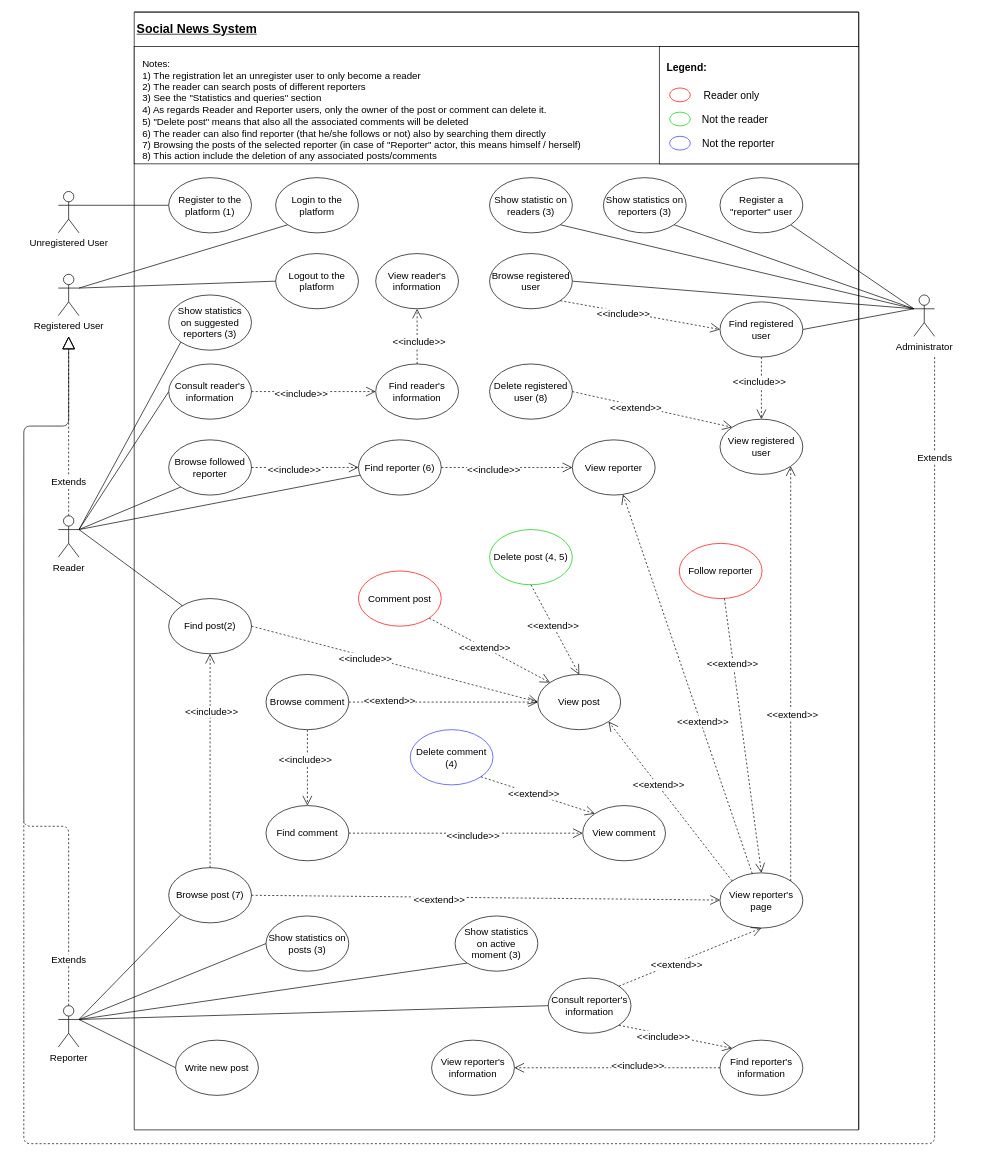
Before: Docs/UML Use case.drawio in MatteBiondi/LSMSD_SocialNews, a draw.io diagram. Source tidied: cells renumbered, new cells numbered last; positions are measured from the earlier drawing's top-left corner, leaving out a move shared by most shapes. Both pictures are drawn from the tidied source at 69%, with x=0, y=0 at pixel (23, 12).
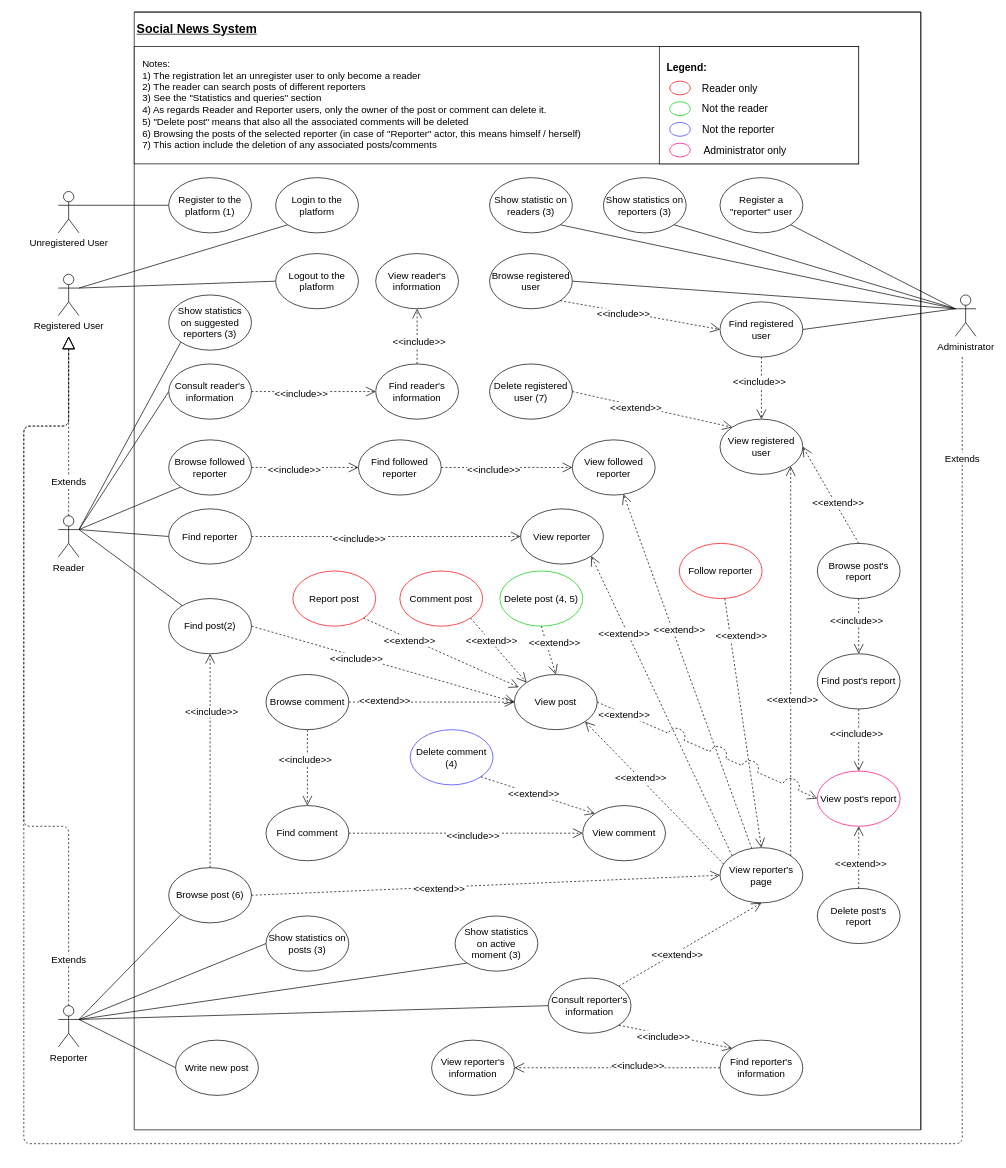
The same diagram, later.

Commit message:
UML Use case updated

The change refers to these unchanged cells:
```xml
<mxCell id="13" value="Reader" style="shape=umlActor;verticalLabelPosition=bottom;labelBackgroundColor=#ffffff;verticalAlign=top;html=1;fontSize=14;fillColor=#FFFFFF;" parent="1" vertex="1">
  <mxGeometry x="50" y="730" width="30" height="60" as="geometry" />
</mxCell>
<mxCell id="29" value="Follow reporter" style="ellipse;whiteSpace=wrap;html=1;fontSize=14;fillColor=#FFFFFF;strokeColor=#FF0000;" parent="1" vertex="1">
  <mxGeometry x="950" y="770" width="120" height="80" as="geometry" />
</mxCell>
<mxCell id="50" value="View registered user" style="ellipse;whiteSpace=wrap;html=1;fillColor=#FFFFFF;fontSize=14;" parent="1" vertex="1">
  <mxGeometry x="1009" y="590" width="120" height="80" as="geometry" />
</mxCell>
```

What changed in the source:
```diff
@@
     <mxCell id="2" value="&lt;b&gt;&lt;font style=&quot;font-size: 18px&quot;&gt;Social News System&lt;/font&gt;&lt;/b&gt;" style="verticalAlign=top;align=left;spacingTop=8;spacingLeft=2;spacingRight=12;shape=cube;size=0;direction=south;fontStyle=4;html=1;fontSize=14;fillColor=#FFFFFF;" parent="1" vertex="1">
-      <mxGeometry x="160" width="1050" height="1620" as="geometry" />
+      <mxGeometry x="160" width="1140" height="1620" as="geometry" />
     </mxCell>
@@
-    <mxCell id="10" style="edgeStyle=none;rounded=0;jettySize=auto;html=1;exitX=1;exitY=0.3333333333333333;exitDx=0;exitDy=0;exitPerimeter=0;endArrow=none;endFill=0;fontSize=14;fillColor=#FFFFFF;" parent="1" edge="1" source="13" target="25">
-      <mxGeometry relative="1" as="geometry" />
-    </mxCell>
@@
     <mxCell id="23" value="Extends" style="endArrow=block;endSize=16;endFill=0;html=1;edgeStyle=orthogonalEdgeStyle;dashed=1;fontSize=14;fillColor=#FFFFFF;" parent="1" edge="1">
       <mxGeometry x="-0.92" relative="1" as="geometry">
-        <mxPoint x="1320" y="500" as="sourcePoint" />
+        <mxPoint x="1360" y="500" as="sourcePoint" />
         <mxPoint x="65" y="470" as="targetPoint" />
         <Array as="points">
-          <mxPoint x="1320" y="1640" />
+          <mxPoint x="1360" y="1640" />
           <mxPoint y="1640" />
           <mxPoint y="600" />
           <mxPoint x="65" y="600" />
         </Array>
         <mxPoint y="-2" as="offset" />
       </mxGeometry>
     </mxCell>
@@
-    <mxCell id="25" value="Find reporter (6)" style="ellipse;whiteSpace=wrap;html=1;fillColor=#FFFFFF;fontSize=14;" parent="1" vertex="1">
+    <mxCell id="25" value="Find followed reporter" style="ellipse;whiteSpace=wrap;html=1;fillColor=#FFFFFF;fontSize=14;" parent="1" vertex="1">
       <mxGeometry x="485" y="620" width="120" height="80" as="geometry" />
     </mxCell>
     <mxCell id="26" value="View reporter's page" style="ellipse;whiteSpace=wrap;html=1;fillColor=#FFFFFF;fontSize=14;" parent="1" vertex="1">
-      <mxGeometry x="1009" y="1247.5" width="120" height="80" as="geometry" />
+      <mxGeometry x="1009" y="1211" width="120" height="80" as="geometry" />
     </mxCell>
-    <mxCell id="27" value="View reporter" style="ellipse;whiteSpace=wrap;html=1;fillColor=#FFFFFF;fontSize=14;" parent="1" vertex="1">
+    <mxCell id="27" value="View followed reporter" style="ellipse;whiteSpace=wrap;html=1;fillColor=#FFFFFF;fontSize=14;" parent="1" vertex="1">
       <mxGeometry x="795" y="620" width="120" height="80" as="geometry" />
     </mxCell>
     <mxCell id="28" value="Comment post" style="ellipse;whiteSpace=wrap;html=1;fontSize=14;fillColor=#FFFFFF;strokeColor=#FF0000;" parent="1" vertex="1">
-      <mxGeometry x="485" y="810" width="120" height="80" as="geometry" />
+      <mxGeometry x="545" y="810" width="120" height="80" as="geometry" />
     </mxCell>
@@
-    <mxCell id="36" value="Browse post (7)" style="ellipse;whiteSpace=wrap;html=1;fillColor=#FFFFFF;fontSize=14;" parent="1" vertex="1">
+    <mxCell id="36" value="Browse post (6)" style="ellipse;whiteSpace=wrap;html=1;fillColor=#FFFFFF;fontSize=14;" parent="1" vertex="1">
       <mxGeometry x="210" y="1240" width="120" height="80" as="geometry" />
     </mxCell>
@@
     <mxCell id="41" value="Delete post (4, 5)" style="ellipse;whiteSpace=wrap;html=1;fontSize=14;fillColor=#FFFFFF;strokeColor=#00CC00;" parent="1" vertex="1">
-      <mxGeometry x="675" y="750" width="120" height="80" as="geometry" />
+      <mxGeometry x="690" y="810" width="120" height="80" as="geometry" />
     </mxCell>
@@
-    <mxCell id="51" value="Delete registered user (8)" style="ellipse;whiteSpace=wrap;html=1;fontSize=14;fillColor=#FFFFFF;" parent="1" vertex="1">
+    <mxCell id="51" value="Delete registered user (7)" style="ellipse;whiteSpace=wrap;html=1;fontSize=14;fillColor=#FFFFFF;" parent="1" vertex="1">
       <mxGeometry x="675" y="510" width="120" height="80" as="geometry" />
     </mxCell>
@@
     <mxCell id="54" value="View post" style="ellipse;whiteSpace=wrap;html=1;fillColor=#FFFFFF;fontSize=14;" parent="1" vertex="1">
-      <mxGeometry x="745" y="960" width="120" height="80" as="geometry" />
+      <mxGeometry x="711" y="960" width="120" height="80" as="geometry" />
     </mxCell>
@@
     <mxCell id="58" value="&amp;lt;&amp;lt;extend&amp;gt;&amp;gt;" style="endArrow=open;endSize=12;dashed=1;html=1;entryX=0;entryY=0;entryDx=0;entryDy=0;fontSize=14;exitX=1;exitY=1;exitDx=0;exitDy=0;fillColor=#FFFFFF;" parent="1" edge="1" source="28" target="54">
-      <mxGeometry x="-0.08" relative="1" as="geometry" />
+      <mxGeometry x="-0.28" y="2" relative="1" as="geometry" />
     </mxCell>
     <mxCell id="59" value="&amp;lt;&amp;lt;extend&amp;gt;&amp;gt;" style="endArrow=open;endSize=12;dashed=1;html=1;fontSize=14;fillColor=#FFFFFF;" parent="1" edge="1" source="26" target="27">
-      <mxGeometry x="-0.2" y="-3" relative="1" as="geometry" />
+      <mxGeometry x="0.22" y="-9" relative="1" as="geometry" />
     </mxCell>
     <mxCell id="60" value="&amp;lt;&amp;lt;extend&amp;gt;&amp;gt;" style="endArrow=open;endSize=12;dashed=1;html=1;fontSize=14;entryX=0.5;entryY=0;entryDx=0;entryDy=0;fillColor=#FFFFFF;" parent="1" edge="1" source="29" target="26">
-      <mxGeometry x="-0.52" y="-1" relative="1" as="geometry" />
+      <mxGeometry x="-0.69" y="16" relative="1" as="geometry" />
     </mxCell>
@@
     <mxCell id="68" value="Administrator" style="shape=umlActor;verticalLabelPosition=bottom;labelBackgroundColor=#ffffff;verticalAlign=top;html=1;fontSize=14;fillColor=#FFFFFF;" parent="1" vertex="1">
-      <mxGeometry x="1290" y="410" width="30" height="60" as="geometry" />
+      <mxGeometry x="1350" y="410" width="30" height="60" as="geometry" />
     </mxCell>
@@
-    <mxCell id="71" value="&amp;lt;&amp;lt;extend&amp;gt;&amp;gt;" style="endArrow=open;endSize=12;dashed=1;html=1;exitX=0;exitY=0;exitDx=0;exitDy=0;fontSize=14;entryX=1;entryY=1;entryDx=0;entryDy=0;fillColor=#FFFFFF;" parent="1" edge="1" source="26" target="54">
+    <mxCell id="71" value="&amp;lt;&amp;lt;extend&amp;gt;&amp;gt;" style="endArrow=open;endSize=12;dashed=1;html=1;exitX=0.044;exitY=0.299;exitDx=0;exitDy=0;fontSize=14;entryX=1;entryY=1;entryDx=0;entryDy=0;fillColor=#FFFFFF;exitPerimeter=0;" parent="1" edge="1" source="26" target="54">
       <mxGeometry x="0.2" y="-1" relative="1" as="geometry" />
     </mxCell>
@@
     <mxCell id="74" value="&amp;lt;&amp;lt;extend&amp;gt;&amp;gt;" style="endArrow=open;endSize=12;dashed=1;html=1;exitX=0.5;exitY=1;exitDx=0;exitDy=0;entryX=0.5;entryY=0;entryDx=0;entryDy=0;fontSize=14;fillColor=#FFFFFF;" parent="1" edge="1" source="41" target="54">
-      <mxGeometry x="-0.08" relative="1" as="geometry" />
+      <mxGeometry x="-0.23" y="11" relative="1" as="geometry" />
     </mxCell>
@@
-    <mxCell id="77" value="&amp;lt;&amp;lt;extend&amp;gt;&amp;gt;" style="endArrow=open;endSize=12;dashed=1;html=1;exitX=1;exitY=0.5;exitDx=0;exitDy=0;fontSize=14;fillColor=#FFFFFF;" parent="1" edge="1" source="36" target="26">
+    <mxCell id="77" value="&amp;lt;&amp;lt;extend&amp;gt;&amp;gt;" style="endArrow=open;endSize=12;dashed=1;html=1;exitX=1;exitY=0.5;exitDx=0;exitDy=0;fontSize=14;fillColor=#FFFFFF;entryX=0;entryY=0.5;entryDx=0;entryDy=0;" parent="1" edge="1" source="36" target="26">
       <mxGeometry x="-0.2" y="-3" relative="1" as="geometry" />
     </mxCell>
@@
-    <mxCell id="85" value="Notes:&lt;br style=&quot;font-size: 14px&quot;&gt;1) The registration let an unregister user to only become a reader&lt;br style=&quot;font-size: 14px&quot;&gt;2) The reader can search posts of different reporters&lt;br style=&quot;font-size: 14px&quot;&gt;3) See the &quot;Statistics and queries&quot; section&lt;br&gt;4) As regards Reader and Reporter users, only the owner of the post or comment can delete it.&lt;br&gt;5) &quot;Delete post&quot; means that also all the associated comments will be deleted&lt;br&gt;6) The reader can also find reporter (that he/she follows or not) also by searching them directly&lt;br&gt;7) Browsing the posts of the selected reporter (in case of &quot;Reporter&quot; actor, this means himself / herself)&lt;br&gt;8) This action include the deletion of any associated posts/comments" style="text;html=1;strokeColor=none;fillColor=#FFFFFF;align=left;verticalAlign=top;whiteSpace=wrap;rounded=0;fontSize=14;" parent="1" vertex="1">
+    <mxCell id="85" value="Notes:&lt;br style=&quot;font-size: 14px&quot;&gt;1) The registration let an unregister user to only become a reader&lt;br style=&quot;font-size: 14px&quot;&gt;2) The reader can search posts of different reporters&lt;br style=&quot;font-size: 14px&quot;&gt;3) See the &quot;Statistics and queries&quot; section&lt;br&gt;4) As regards Reader and Reporter users, only the owner of the post or comment can delete it.&lt;br&gt;5) &quot;Delete post&quot; means that also all the associated comments will be deleted&lt;br&gt;6) Browsing the posts of the selected reporter (in case of &quot;Reporter&quot; actor, this means himself / herself)&lt;br&gt;7) This action include the deletion of any associated posts/comments" style="text;html=1;strokeColor=none;fillColor=#FFFFFF;align=left;verticalAlign=top;whiteSpace=wrap;rounded=0;fontSize=14;" parent="1" vertex="1">
       <mxGeometry x="170" y="60" width="650" height="150" as="geometry" />
     </mxCell>
@@
-    <mxCell id="90" value="Reader only" style="text;html=1;strokeColor=none;fillColor=none;align=center;verticalAlign=middle;whiteSpace=wrap;rounded=0;fontSize=15;" parent="1" vertex="1">
-      <mxGeometry x="981" y="110" width="90" height="20" as="geometry" />
+    <mxCell id="90" value="Reader only" style="text;html=1;strokeColor=none;fillColor=none;align=left;verticalAlign=middle;whiteSpace=wrap;rounded=0;fontSize=15;" parent="1" vertex="1">
+      <mxGeometry x="981" y="100" width="90" height="20" as="geometry" />
     </mxCell>
-    <mxCell id="91" value="Not the reader" style="text;html=1;strokeColor=none;fillColor=none;align=center;verticalAlign=middle;whiteSpace=wrap;rounded=0;fontSize=15;" parent="1" vertex="1">
-      <mxGeometry x="981" y="145" width="100" height="20" as="geometry" />
+    <mxCell id="91" value="Not the reader" style="text;html=1;strokeColor=none;fillColor=none;align=left;verticalAlign=middle;whiteSpace=wrap;rounded=0;fontSize=15;" parent="1" vertex="1">
+      <mxGeometry x="981" y="130" width="100" height="20" as="geometry" />
     </mxCell>
     <mxCell id="92" value="Not the reporter" style="text;html=1;strokeColor=none;fillColor=none;align=center;verticalAlign=middle;whiteSpace=wrap;rounded=0;fontSize=15;" parent="1" vertex="1">
-      <mxGeometry x="981" y="180" width="110" height="20" as="geometry" />
+      <mxGeometry x="981" y="160" width="110" height="20" as="geometry" />
     </mxCell>
     <mxCell id="93" style="ellipse;whiteSpace=wrap;html=1;strokeColor=#FF0000;fillColor=#FFFFFF;fontSize=15;align=left;" parent="1" vertex="1">
-      <mxGeometry x="936" y="110" width="30" height="20" as="geometry" />
+      <mxGeometry x="936" y="100" width="30" height="20" as="geometry" />
     </mxCell>
     <mxCell id="94" style="ellipse;whiteSpace=wrap;html=1;strokeColor=#3333FF;fillColor=#FFFFFF;fontSize=15;align=left;" parent="1" vertex="1">
-      <mxGeometry x="936" y="180" width="30" height="20" as="geometry" />
+      <mxGeometry x="936" y="160" width="30" height="20" as="geometry" />
     </mxCell>
     <mxCell id="95" style="ellipse;whiteSpace=wrap;html=1;strokeColor=#00CC00;fillColor=#FFFFFF;fontSize=15;align=left;" parent="1" vertex="1">
-      <mxGeometry x="936" y="145" width="30" height="20" as="geometry" />
+      <mxGeometry x="936" y="130" width="30" height="20" as="geometry" />
     </mxCell>
+    <mxCell id="96" style="rounded=0;jettySize=auto;html=1;exitX=0;exitY=0.5;exitDx=0;exitDy=0;entryX=1;entryY=0.3333333333333333;entryDx=0;entryDy=0;entryPerimeter=0;endArrow=none;endFill=0;" parent="1" edge="1" source="97" target="13">
+      <mxGeometry relative="1" as="geometry" />
+    </mxCell>
+    <mxCell id="97" value="Find reporter" style="ellipse;whiteSpace=wrap;html=1;fillColor=#FFFFFF;fontSize=14;" parent="1" vertex="1">
+      <mxGeometry x="210" y="720" width="120" height="80" as="geometry" />
+    </mxCell>
+    <mxCell id="98" value="View reporter" style="ellipse;whiteSpace=wrap;html=1;fillColor=#FFFFFF;fontSize=14;" parent="1" vertex="1">
+      <mxGeometry x="720" y="720" width="120" height="80" as="geometry" />
+    </mxCell>
+    <mxCell id="99" value="&amp;lt;&amp;lt;include&amp;gt;&amp;gt;" style="endArrow=open;endSize=12;dashed=1;html=1;exitX=1;exitY=0.5;exitDx=0;exitDy=0;entryX=0;entryY=0.5;entryDx=0;entryDy=0;fontSize=14;fillColor=#FFFFFF;" parent="1" edge="1" source="97" target="98">
+      <mxGeometry x="-0.2" y="-3" relative="1" as="geometry" />
+    </mxCell>
+    <mxCell id="100" value="&amp;lt;&amp;lt;extend&amp;gt;&amp;gt;" style="endArrow=open;endSize=12;dashed=1;html=1;fontSize=14;fillColor=#FFFFFF;exitX=0;exitY=0;exitDx=0;exitDy=0;entryX=1;entryY=1;entryDx=0;entryDy=0;" parent="1" edge="1" source="26" target="98">
+      <mxGeometry x="0.49" y="5" relative="1" as="geometry" />
+    </mxCell>
+    <mxCell id="101" value="Report post" style="ellipse;whiteSpace=wrap;html=1;fontSize=14;fillColor=#FFFFFF;strokeColor=#FF0000;" parent="1" vertex="1">
+      <mxGeometry x="390" y="810" width="120" height="80" as="geometry" />
+    </mxCell>
+    <mxCell id="102" value="&amp;lt;&amp;lt;extend&amp;gt;&amp;gt;" style="endArrow=open;endSize=12;dashed=1;html=1;fontSize=14;exitX=1;exitY=1;exitDx=0;exitDy=0;fillColor=#FFFFFF;entryX=0.054;entryY=0.232;entryDx=0;entryDy=0;entryPerimeter=0;" parent="1" edge="1" source="101" target="54">
+      <mxGeometry x="-0.39" y="-4" relative="1" as="geometry">
+        <mxPoint y="-1" as="offset" />
+      </mxGeometry>
+    </mxCell>
+    <mxCell id="103" value="Browse post's report" style="ellipse;whiteSpace=wrap;html=1;fillColor=#FFFFFF;fontSize=14;" parent="1" vertex="1">
+      <mxGeometry x="1150" y="770" width="120" height="80" as="geometry" />
+    </mxCell>
+    <mxCell id="104" value="Find post's report" style="ellipse;whiteSpace=wrap;html=1;fillColor=#FFFFFF;fontSize=14;" parent="1" vertex="1">
+      <mxGeometry x="1150" y="930" width="120" height="80" as="geometry" />
+    </mxCell>
+    <mxCell id="105" value="View post's report" style="ellipse;whiteSpace=wrap;html=1;fillColor=#FFFFFF;fontSize=14;strokeColor=#FF0080;" parent="1" vertex="1">
+      <mxGeometry x="1150" y="1100" width="120" height="80" as="geometry" />
+    </mxCell>
+    <mxCell id="106" value="Delete post's report" style="ellipse;whiteSpace=wrap;html=1;fillColor=#FFFFFF;fontSize=14;" parent="1" vertex="1">
+      <mxGeometry x="1150" y="1270" width="120" height="80" as="geometry" />
+    </mxCell>
+    <mxCell id="107" value="&amp;lt;&amp;lt;extend&amp;gt;&amp;gt;" style="endArrow=open;endSize=12;dashed=1;html=1;exitX=0.5;exitY=0;exitDx=0;exitDy=0;entryX=1;entryY=0.5;entryDx=0;entryDy=0;fontSize=14;fillColor=#FFFFFF;" parent="1" edge="1" source="103" target="50">
+      <mxGeometry x="-0.2" y="-3" relative="1" as="geometry" />
+    </mxCell>
+    <mxCell id="108" value="&amp;lt;&amp;lt;include&amp;gt;&amp;gt;" style="endArrow=open;endSize=12;dashed=1;html=1;exitX=0.5;exitY=1;exitDx=0;exitDy=0;fontSize=14;fillColor=#FFFFFF;" parent="1" edge="1" source="103" target="104">
+      <mxGeometry x="-0.2" y="-3" relative="1" as="geometry" />
+    </mxCell>
+    <mxCell id="109" value="&amp;lt;&amp;lt;include&amp;gt;&amp;gt;" style="endArrow=open;endSize=12;dashed=1;html=1;exitX=0.5;exitY=1;exitDx=0;exitDy=0;fontSize=14;fillColor=#FFFFFF;" parent="1" edge="1" source="104" target="105">
+      <mxGeometry x="-0.2" y="-3" relative="1" as="geometry" />
+    </mxCell>
+    <mxCell id="110" value="&amp;lt;&amp;lt;extend&amp;gt;&amp;gt;" style="endArrow=open;endSize=12;dashed=1;html=1;exitX=0.5;exitY=0;exitDx=0;exitDy=0;entryX=0.5;entryY=1;entryDx=0;entryDy=0;fontSize=14;fillColor=#FFFFFF;" parent="1" edge="1" source="106" target="105">
+      <mxGeometry x="-0.2" y="-3" relative="1" as="geometry" />
+    </mxCell>
+    <mxCell id="111" value="&amp;lt;&amp;lt;extend&amp;gt;&amp;gt;" style="endArrow=open;endSize=12;dashed=1;html=1;exitX=1;exitY=0.5;exitDx=0;exitDy=0;fontSize=14;entryX=0;entryY=0.5;entryDx=0;entryDy=0;fillColor=#FFFFFF;jumpStyle=arc;jumpSize=25;" parent="1" edge="1" source="54" target="105">
+      <mxGeometry x="-0.75" y="-3" relative="1" as="geometry">
+        <mxPoint y="-1" as="offset" />
+      </mxGeometry>
+    </mxCell>
+    <mxCell id="112" value="Administrator only" style="text;html=1;strokeColor=none;fillColor=none;align=center;verticalAlign=middle;whiteSpace=wrap;rounded=0;fontSize=15;" parent="1" vertex="1">
+      <mxGeometry x="981" y="190" width="129" height="20" as="geometry" />
+    </mxCell>
+    <mxCell id="113" style="ellipse;whiteSpace=wrap;html=1;strokeColor=#FF0080;fillColor=#FFFFFF;fontSize=15;align=left;" parent="1" vertex="1">
+      <mxGeometry x="936" y="190" width="30" height="20" as="geometry" />
+    </mxCell>
```
